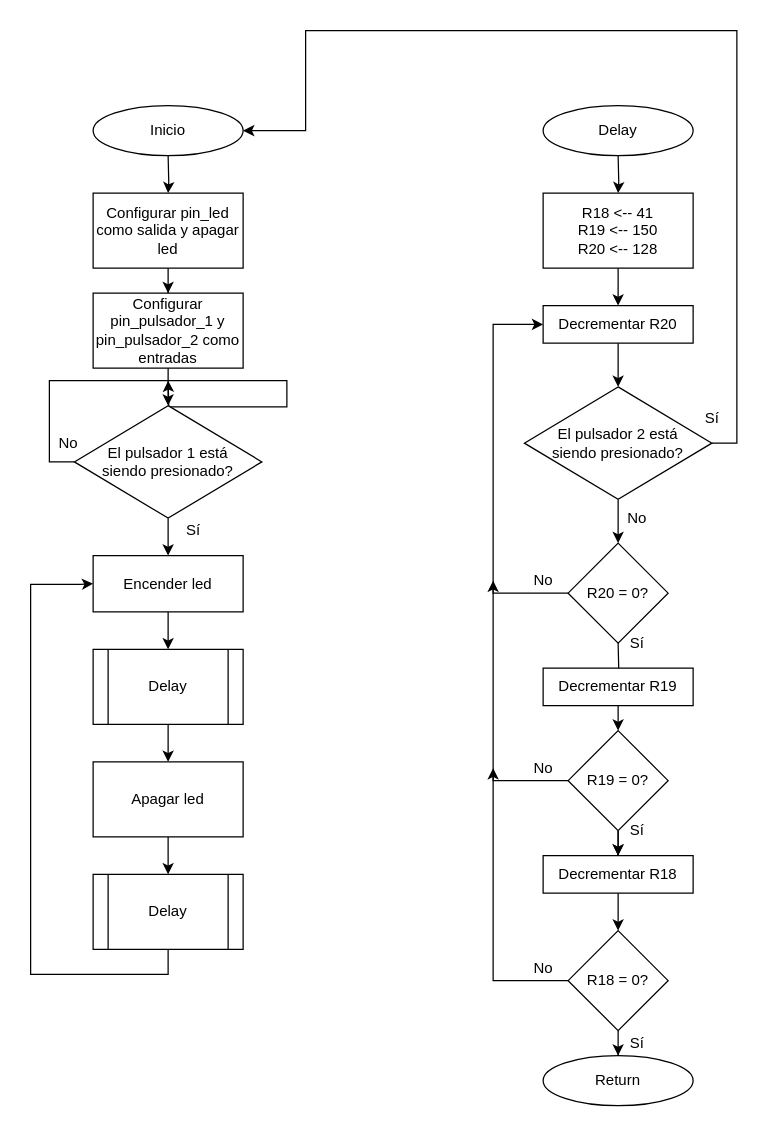
aflouret/labo-de-micro keeps this draw.io diagram as TP1/tp1-flujo-2.drawio. Above is the earlier version. Source tidied: cells renumbered, new cells numbered last; positions are measured from the earlier drawing's top-left corner, leaving out a move shared by most shapes. Both pictures are drawn from the tidied source at 125%, with x=0, y=0 at pixel (30, 30).
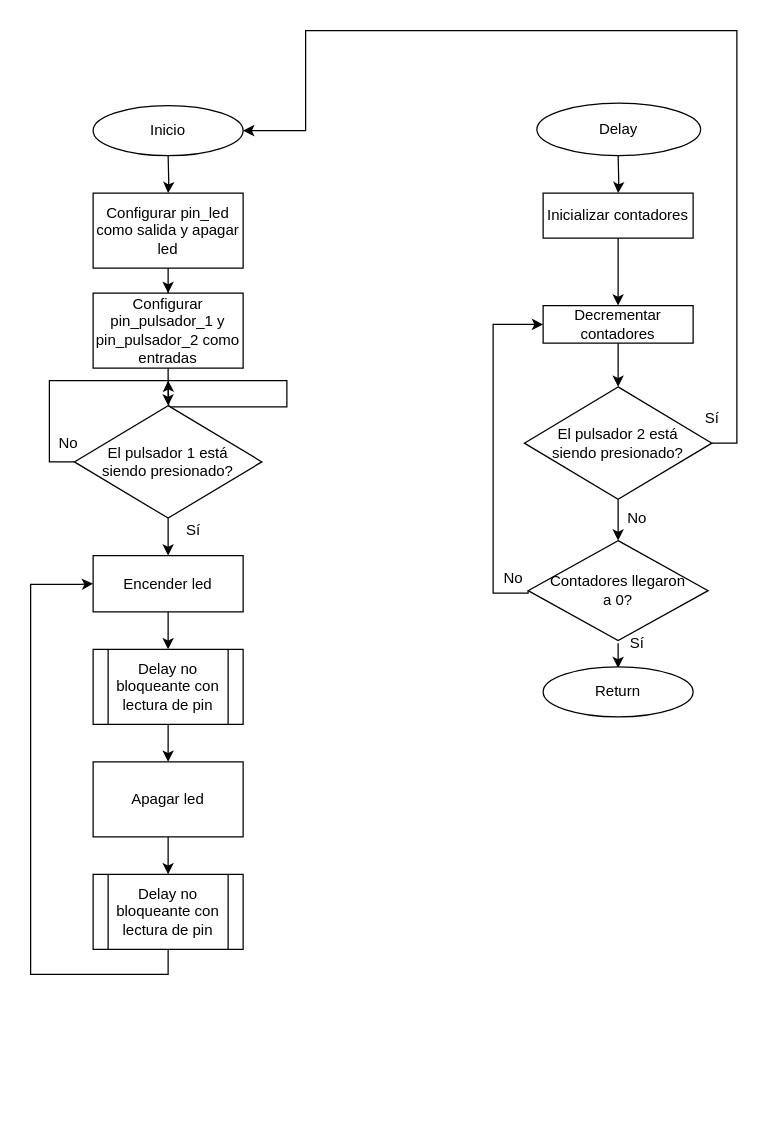
After the change.

Commit message (it also covers changes not shown here):
Correcciones diagramas de flujo

The edit, as a diff of the source:
```diff
@@
-    <mxCell id="8" value="Delay" style="shape=process;whiteSpace=wrap;html=1;backgroundOutline=1;rounded=0;" parent="1" vertex="1">
+    <mxCell id="8" value="Delay no bloqueante con lectura de pin" style="shape=process;whiteSpace=wrap;html=1;backgroundOutline=1;rounded=0;" parent="1" vertex="1">
       <mxGeometry x="50" y="495" width="120" height="60" as="geometry" />
     </mxCell>
@@
-    <mxCell id="12" value="Delay" style="shape=process;whiteSpace=wrap;html=1;backgroundOutline=1;rounded=0;" parent="1" vertex="1">
+    <mxCell id="12" value="Delay no bloqueante con lectura de pin" style="shape=process;whiteSpace=wrap;html=1;backgroundOutline=1;rounded=0;" parent="1" vertex="1">
       <mxGeometry x="50" y="675" width="120" height="60" as="geometry" />
     </mxCell>
@@
-    <mxCell id="15" value="&lt;div&gt;R18 &amp;lt;-- 41&lt;/div&gt;&lt;div&gt;&lt;span&gt;R19 &amp;lt;-- 150&lt;/span&gt;&lt;/div&gt;&lt;div&gt;&lt;span&gt;R20 &amp;lt;-- 128&lt;/span&gt;&lt;/div&gt;" style="rounded=0;whiteSpace=wrap;html=1;" parent="1" vertex="1">
-      <mxGeometry x="410" y="130" width="120" height="60" as="geometry" />
+    <mxCell id="15" value="&lt;div&gt;Inicializar contadores&lt;/div&gt;" style="rounded=0;whiteSpace=wrap;html=1;" parent="1" vertex="1">
+      <mxGeometry x="410" y="130" width="120" height="36" as="geometry" />
     </mxCell>
@@
-    <mxCell id="17" value="Decrementar R20" style="whiteSpace=wrap;html=1;rounded=0;" parent="1" vertex="1">
+    <mxCell id="17" value="Decrementar contadores" style="whiteSpace=wrap;html=1;rounded=0;" parent="1" vertex="1">
       <mxGeometry x="410" y="220" width="120" height="30" as="geometry" />
     </mxCell>
@@
-    <mxCell id="19" style="edgeStyle=orthogonalEdgeStyle;rounded=0;jettySize=auto;html=1;" parent="1" edge="1" target="23">
+    <mxCell id="19" style="edgeStyle=orthogonalEdgeStyle;rounded=0;orthogonalLoop=1;jettySize=auto;html=1;" parent="1" edge="1">
       <mxGeometry relative="1" as="geometry">
         <mxPoint x="470" y="490" as="sourcePoint" />
+        <mxPoint x="470" y="510" as="targetPoint" />
       </mxGeometry>
     </mxCell>
-    <mxCell id="20" value="R20 = 0?" style="rhombus;whiteSpace=wrap;html=1;rounded=0;" parent="1" vertex="1">
-      <mxGeometry x="430" y="410" width="80" height="80" as="geometry" />
+    <mxCell id="20" value="Contadores llegaron&lt;br&gt;a 0?" style="rhombus;whiteSpace=wrap;html=1;rounded=0;" parent="1" vertex="1">
+      <mxGeometry x="398" y="408" width="144" height="80" as="geometry" />
     </mxCell>
     <mxCell id="21" value="No" style="text;html=1;align=center;verticalAlign=middle;" parent="1" vertex="1">
-      <mxGeometry x="395" y="430" width="30" height="20" as="geometry" />
+      <mxGeometry x="371" y="428" width="30" height="20" as="geometry" />
     </mxCell>
-    <mxCell id="22" style="edgeStyle=orthogonalEdgeStyle;rounded=0;jettySize=auto;html=1;exitX=0.5;exitY=1;exitDx=0;exitDy=0;entryX=0.5;entryY=0;entryDx=0;entryDy=0;" parent="1" edge="1" source="23" target="27">
-      <mxGeometry relative="1" as="geometry" />
-    </mxCell>
-    <mxCell id="23" value="Decrementar R19" style="whiteSpace=wrap;html=1;rounded=0;" parent="1" vertex="1">
-      <mxGeometry x="410" y="510" width="120" height="30" as="geometry" />
-    </mxCell>
-    <mxCell id="24" style="edgeStyle=orthogonalEdgeStyle;rounded=0;jettySize=auto;html=1;" parent="1" edge="1" source="27" target="30">
-      <mxGeometry relative="1" as="geometry" />
-    </mxCell>
-    <mxCell id="25" style="edgeStyle=orthogonalEdgeStyle;rounded=0;jettySize=auto;html=1;" parent="1" edge="1" source="27" target="30">
-      <mxGeometry relative="1" as="geometry" />
-    </mxCell>
-    <mxCell id="26" style="edgeStyle=orthogonalEdgeStyle;rounded=0;jettySize=auto;html=1;exitX=0;exitY=0.5;exitDx=0;exitDy=0;" parent="1" edge="1" source="27">
-      <mxGeometry relative="1" as="geometry">
-        <mxPoint x="370" y="440" as="targetPoint" />
-        <Array as="points">
-          <mxPoint x="370" y="600" />
-          <mxPoint x="370" y="450" />
-        </Array>
-      </mxGeometry>
-    </mxCell>
-    <mxCell id="27" value="R19 = 0?" style="rhombus;whiteSpace=wrap;html=1;rounded=0;" parent="1" vertex="1">
-      <mxGeometry x="430" y="560" width="80" height="80" as="geometry" />
-    </mxCell>
-    <mxCell id="28" value="No" style="text;html=1;align=center;verticalAlign=middle;" parent="1" vertex="1">
-      <mxGeometry x="395" y="580" width="30" height="20" as="geometry" />
-    </mxCell>
-    <mxCell id="29" style="edgeStyle=orthogonalEdgeStyle;rounded=0;jettySize=auto;html=1;" parent="1" edge="1" source="30" target="33">
-      <mxGeometry relative="1" as="geometry" />
-    </mxCell>
-    <mxCell id="30" value="Decrementar R18" style="whiteSpace=wrap;html=1;rounded=0;" parent="1" vertex="1">
-      <mxGeometry x="410" y="660" width="120" height="30" as="geometry" />
-    </mxCell>
-    <mxCell id="31" style="edgeStyle=orthogonalEdgeStyle;rounded=0;jettySize=auto;html=1;" parent="1" edge="1" source="33" target="36">
-      <mxGeometry relative="1" as="geometry" />
-    </mxCell>
-    <mxCell id="32" style="edgeStyle=orthogonalEdgeStyle;rounded=0;jettySize=auto;html=1;exitX=0;exitY=0.5;exitDx=0;exitDy=0;" parent="1" edge="1" source="33">
-      <mxGeometry relative="1" as="geometry">
-        <mxPoint x="370" y="590" as="targetPoint" />
-        <Array as="points">
-          <mxPoint x="370" y="760" />
-          <mxPoint x="370" y="600" />
-        </Array>
-      </mxGeometry>
-    </mxCell>
-    <mxCell id="33" value="R18 = 0?" style="rhombus;whiteSpace=wrap;html=1;rounded=0;" parent="1" vertex="1">
-      <mxGeometry x="430" y="720" width="80" height="80" as="geometry" />
-    </mxCell>
@@
-    <mxCell id="35" value="Sí" style="text;html=1;align=center;verticalAlign=middle;" parent="1" vertex="1">
-      <mxGeometry x="470" y="630" width="30" height="20" as="geometry" />
-    </mxCell>
     <mxCell id="36" value="Return" style="ellipse;whiteSpace=wrap;html=1;rounded=0;" parent="1" vertex="1">
-      <mxGeometry x="410" y="820" width="120" height="40" as="geometry" />
+      <mxGeometry x="410" y="509" width="120" height="40" as="geometry" />
     </mxCell>
     <mxCell id="37" value="Delay" style="ellipse;whiteSpace=wrap;html=1;rounded=0;" parent="1" vertex="1">
-      <mxGeometry x="410" y="60" width="120" height="40" as="geometry" />
+      <mxGeometry x="405" y="58" width="131" height="42" as="geometry" />
     </mxCell>
@@
-    <mxCell id="39" value="No" style="text;html=1;align=center;verticalAlign=middle;" parent="1" vertex="1">
-      <mxGeometry x="395" y="740" width="30" height="20" as="geometry" />
-    </mxCell>
-    <mxCell id="40" value="Sí" style="text;html=1;align=center;verticalAlign=middle;" parent="1" vertex="1">
-      <mxGeometry x="470" y="800" width="30" height="20" as="geometry" />
-    </mxCell>
@@
+    <mxCell id="53" style="edgeStyle=orthogonalEdgeStyle;rounded=0;orthogonalLoop=1;jettySize=auto;html=1;exitX=0.5;exitY=1;exitDx=0;exitDy=0;" parent="1" edge="1" source="15" target="15">
+      <mxGeometry relative="1" as="geometry" />
+    </mxCell>
```
